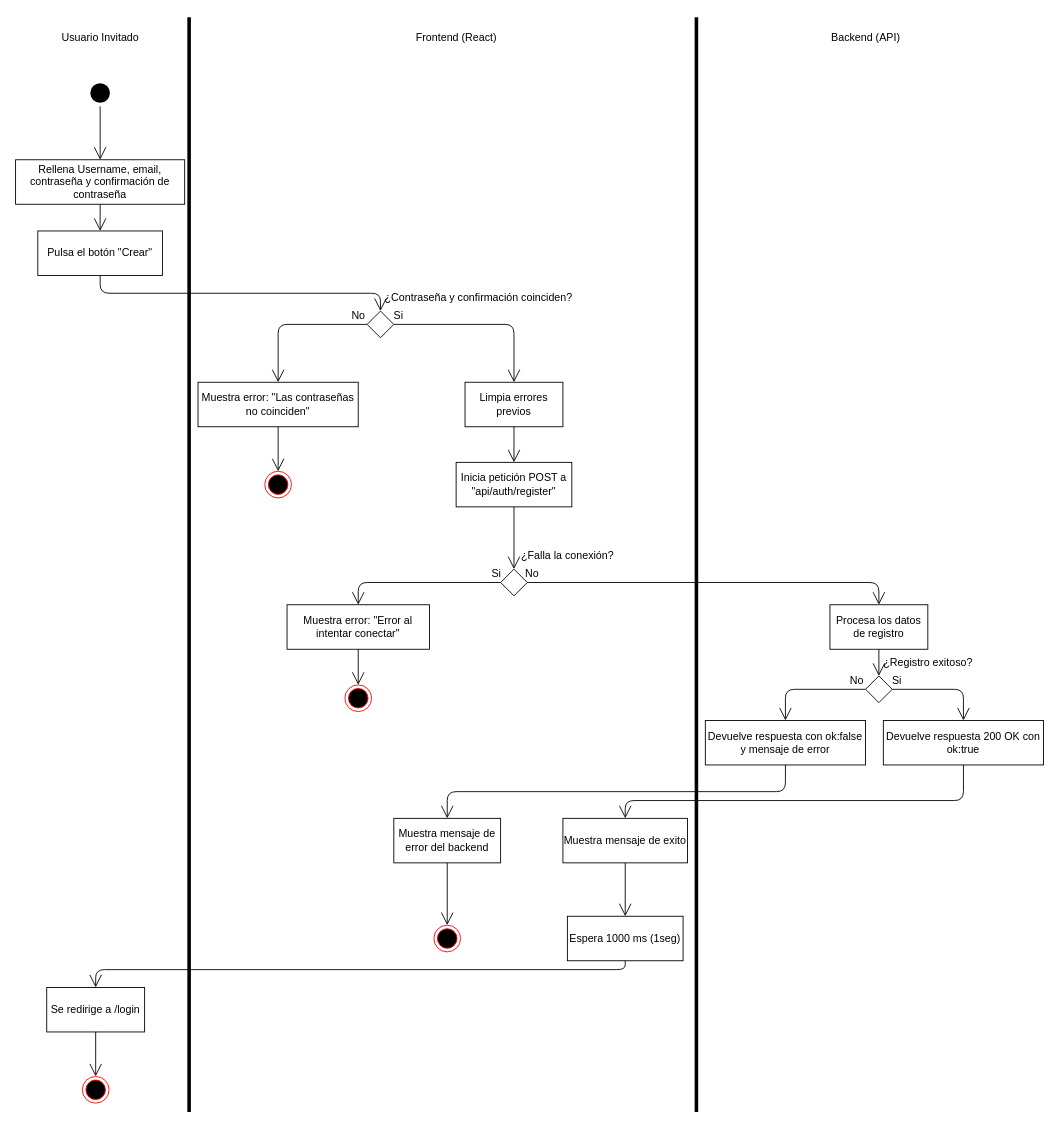
Above: docs/diagrams/actividad/registro_usuario.drawio in rodriss11sr/MemoryCard (draw.io), before the change. Source tidied: cells renumbered, new cells numbered last; positions are measured from the earlier drawing's top-left corner, leaving out a move shared by most shapes. Both pictures are drawn from the tidied source at 89%, with x=0, y=0 at pixel (15, 17).
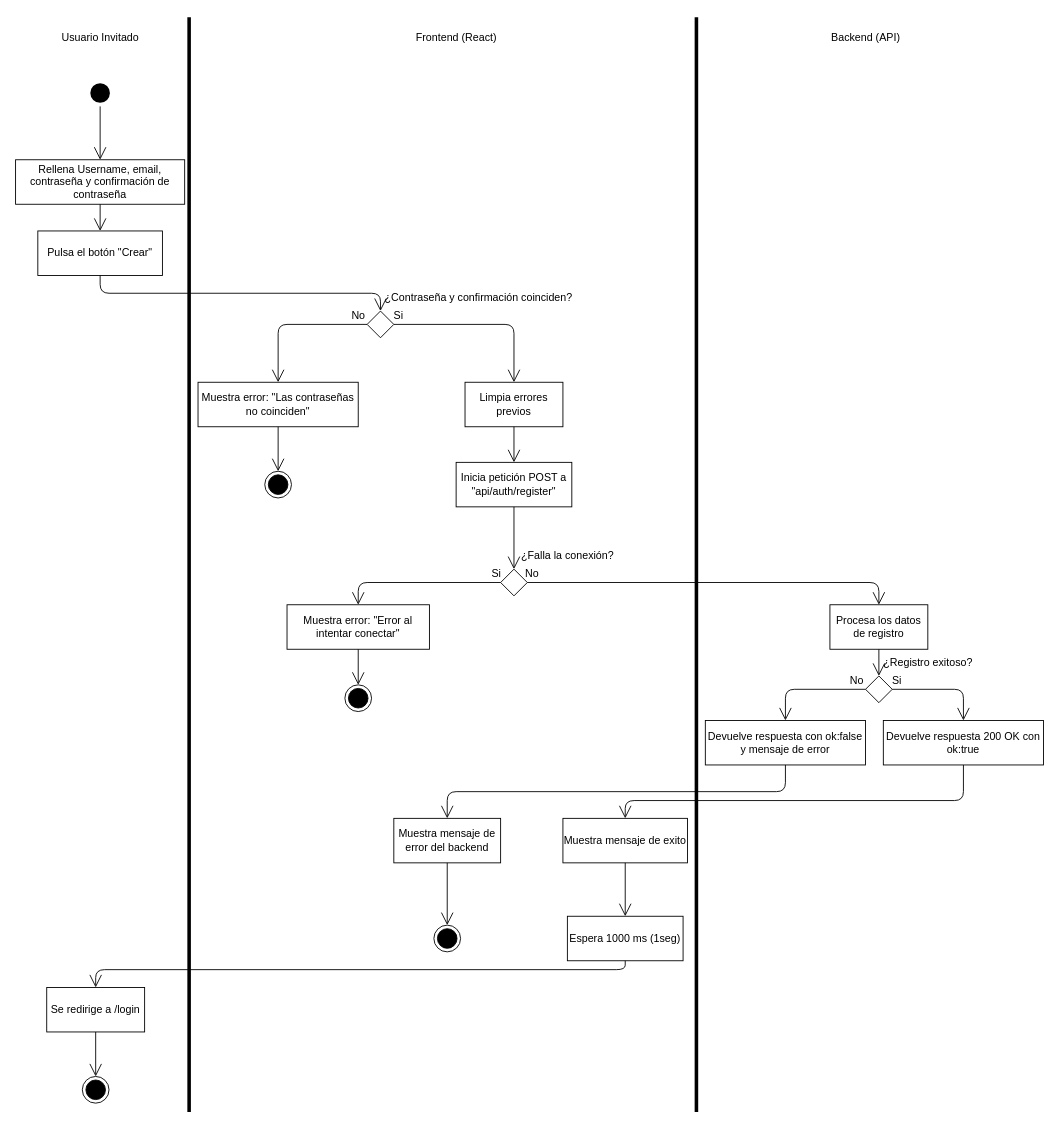
The same diagram, later.

Diff of the diagram source:
```diff
@@
-    <mxCell id="3" style="ellipse;html=1;shape=endState;fillColor=#000000;strokeColor=#ff0000;" parent="1" vertex="1">
+    <mxCell id="3" style="ellipse;html=1;shape=endState;fillColor=#000000;strokeColor=light-dark(#000000,#FF9090);" parent="1" vertex="1">
       <mxGeometry x="470" y="1020" width="30" height="30" as="geometry" />
     </mxCell>
-    <mxCell id="4" style="ellipse;html=1;shape=endState;fillColor=#000000;strokeColor=#ff0000;" parent="1" vertex="1">
+    <mxCell id="4" style="ellipse;html=1;shape=endState;fillColor=#000000;strokeColor=#000000;" parent="1" vertex="1">
       <mxGeometry x="75" y="1190" width="30" height="30" as="geometry" />
     </mxCell>
-    <mxCell id="5" style="ellipse;html=1;shape=endState;fillColor=#000000;strokeColor=#ff0000;" parent="1" vertex="1">
+    <mxCell id="5" style="ellipse;html=1;shape=endState;fillColor=#000000;strokeColor=#000000;" parent="1" vertex="1">
       <mxGeometry x="370" y="750" width="30" height="30" as="geometry" />
     </mxCell>
-    <mxCell id="6" style="ellipse;html=1;shape=endState;fillColor=#000000;strokeColor=#ff0000;" parent="1" vertex="1">
+    <mxCell id="6" style="ellipse;html=1;shape=endState;fillColor=#000000;strokeColor=#000000;" parent="1" vertex="1">
       <mxGeometry x="280" y="510" width="30" height="30" as="geometry" />
     </mxCell>
```
